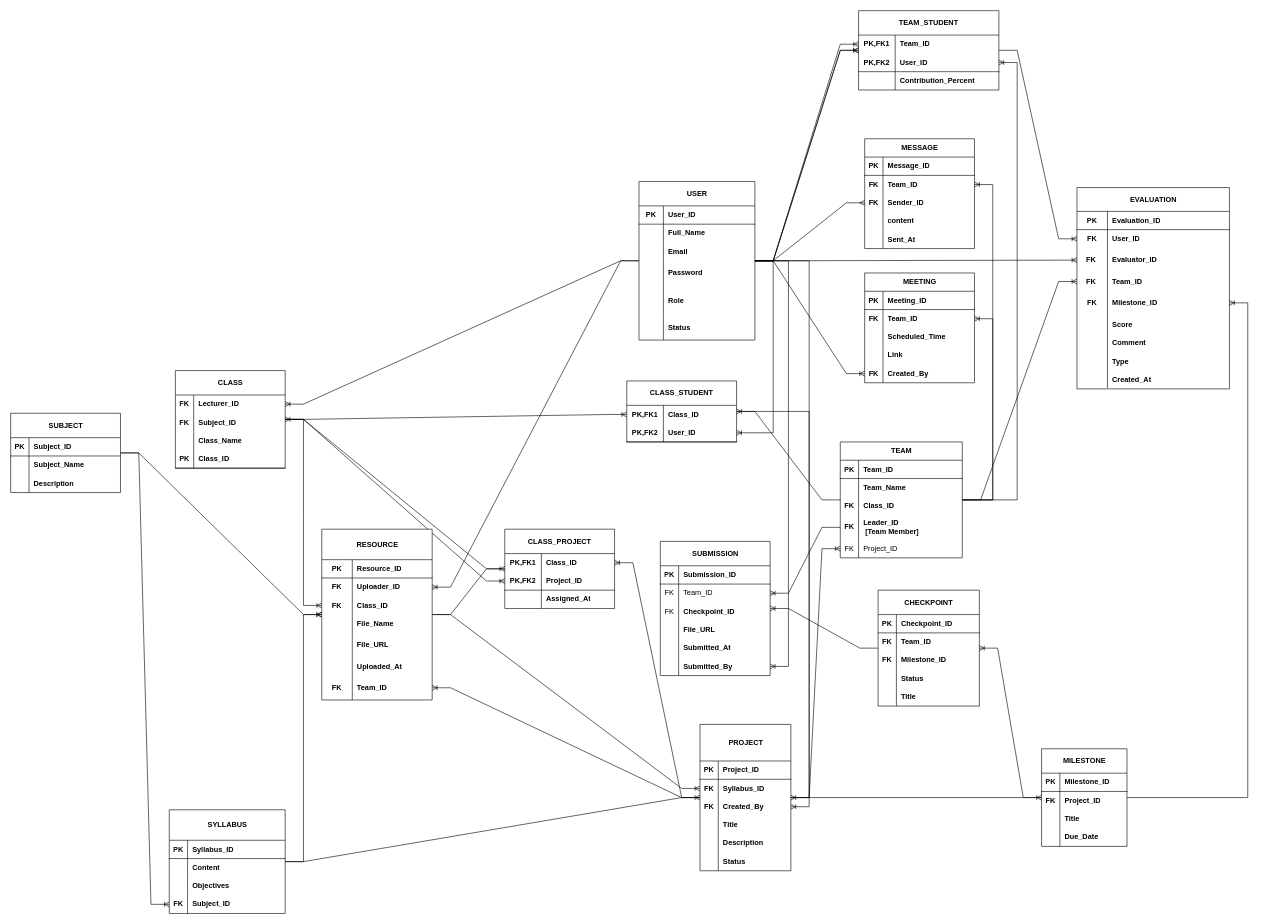
dangtvh/CollabSphere keeps this draw.io diagram as COSRE(EDR).drawio. Above is the earlier version. Source tidied: cells renumbered, new cells numbered last; positions are measured from the earlier drawing's top-left corner, leaving out a move shared by most shapes. Both pictures are drawn from the tidied source at 61%, with x=0, y=0 at pixel (10, 10).
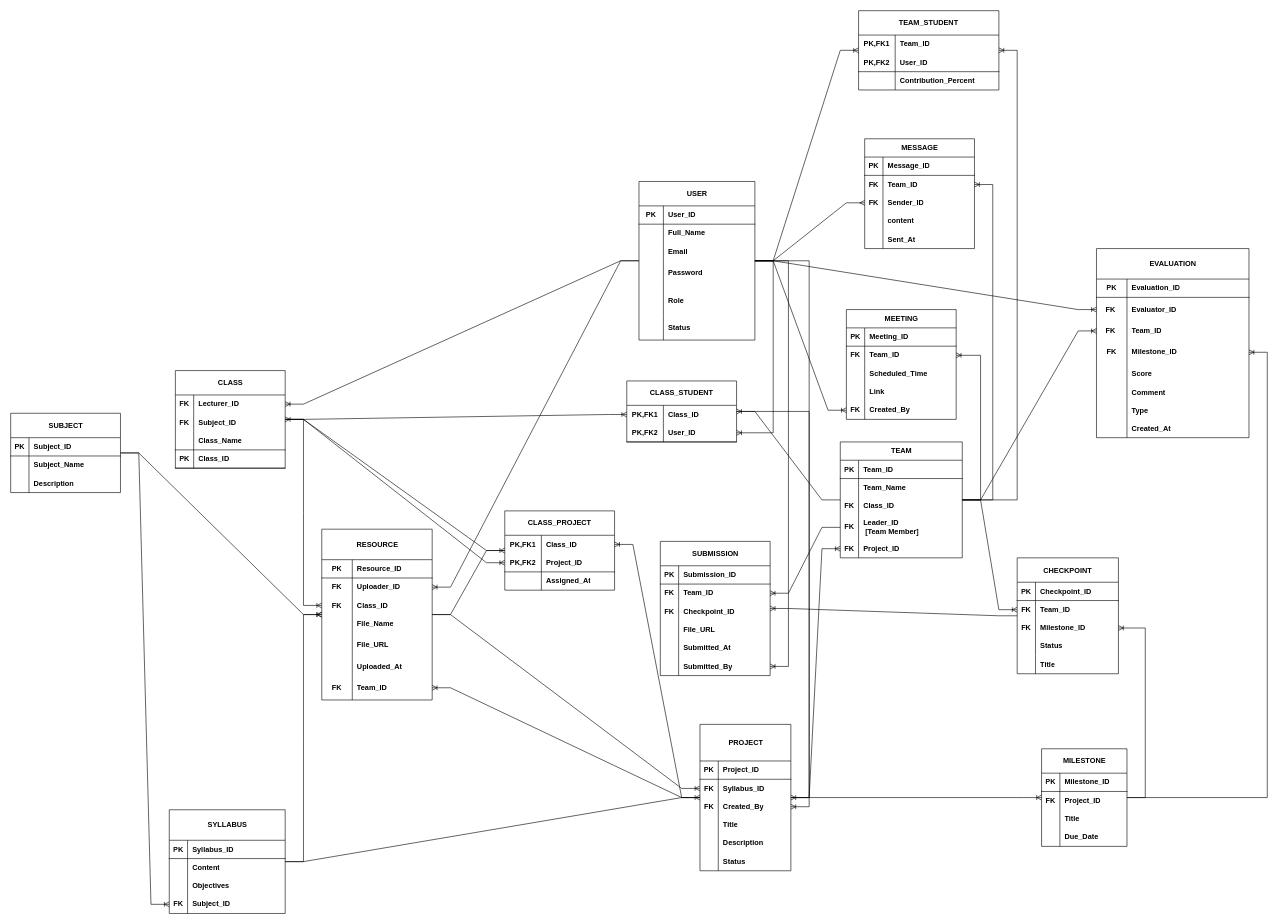
Above is the later version.

The change refers to these unchanged cells:
```xml
<mxCell id="12" value="&lt;span&gt;SUBMISSION&lt;/span&gt;" style="shape=table;startSize=40;childLayout=tableLayout;rowLines=0;align=center;html=1;strokeColor=default;verticalAlign=middle;fillColor=default;fontStyle=1;" parent="1" vertex="1">
  <mxGeometry x="1065" y="870" width="180" height="220" as="geometry" />
</mxCell>
<mxCell id="16" style="shape=tableRow;horizontal=0;startSize=0;swimlaneHead=0;swimlaneBody=0;fillColor=none;points=[[0,0.5],[1,0.5]];portConstraint=eastwest;top=0;left=0;right=0;bottom=0;fontStyle=1;" parent="12" vertex="1">
  <mxGeometry y="70" width="180" height="30" as="geometry" />
</mxCell>
<mxCell id="28" style="shape=tableRow;horizontal=0;startSize=0;swimlaneHead=0;swimlaneBody=0;fillColor=none;points=[[0,0.5],[1,0.5]];portConstraint=eastwest;top=0;left=0;right=0;bottom=0;strokeColor=default;align=center;verticalAlign=middle;fontFamily=Helvetica;fontSize=12;fontColor=default;fontStyle=1;" parent="12" vertex="1">
  <mxGeometry y="190" width="180" height="30" as="geometry" />
</mxCell>
<mxCell id="35" style="shape=tableRow;horizontal=0;startSize=0;swimlaneHead=0;swimlaneBody=0;fillColor=none;points=[[0,0.5],[1,0.5]];portConstraint=eastwest;top=0;left=0;right=0;bottom=0;fontStyle=1;" parent="31" vertex="1">
  <mxGeometry y="70" width="166" height="30" as="geometry" />
</mxCell>
<mxCell id="38" style="shape=tableRow;horizontal=0;startSize=0;swimlaneHead=0;swimlaneBody=0;fillColor=none;points=[[0,0.5],[1,0.5]];portConstraint=eastwest;top=0;left=0;right=0;bottom=0;fontStyle=1;" parent="31" vertex="1">
  <mxGeometry y="100" width="166" height="30" as="geometry" />
</mxCell>
<mxCell id="47" value="&lt;span&gt;CLASS&lt;/span&gt;" style="shape=table;startSize=40;childLayout=tableLayout;rowLines=0;align=center;html=1;strokeColor=default;verticalAlign=middle;fillColor=default;fontStyle=1;" parent="1" vertex="1">
  <mxGeometry x="270" y="590" width="180" height="160" as="geometry" />
</mxCell>
<mxCell id="95" style="shape=tableRow;horizontal=0;startSize=0;swimlaneHead=0;swimlaneBody=0;fillColor=none;points=[[0,0.5],[1,0.5]];portConstraint=eastwest;top=0;left=0;right=0;bottom=0;fontStyle=1;" parent="91" vertex="1">
  <mxGeometry y="60" width="180" height="30" as="geometry" />
</mxCell>
<mxCell id="104" style="shape=tableRow;horizontal=0;startSize=0;swimlaneHead=0;swimlaneBody=0;fillColor=none;points=[[0,0.5],[1,0.5]];portConstraint=eastwest;top=0;left=0;right=0;bottom=0;fontStyle=1;" parent="91" vertex="1">
  <mxGeometry y="150" width="180" height="30" as="geometry" />
</mxCell>
<mxCell id="107" value="USER" style="shape=table;startSize=40;childLayout=tableLayout;rowLines=0;fontStyle=1;align=center;html=1;" parent="1" vertex="1">
  <mxGeometry x="1030" y="280" width="190" height="260" as="geometry" />
</mxCell>
<mxCell id="163" value="&lt;span&gt;MILESTONE&lt;/span&gt;" style="shape=table;startSize=40;childLayout=tableLayout;rowLines=0;align=center;html=1;strokeColor=default;verticalAlign=middle;fillColor=default;fontStyle=1;" parent="1" vertex="1">
  <mxGeometry x="1690" y="1210" width="140" height="160" as="geometry" />
</mxCell>
<mxCell id="179" value="&lt;span&gt;TEAM&lt;/span&gt;" style="shape=table;startSize=30;childLayout=tableLayout;rowLines=0;align=center;html=1;strokeColor=default;verticalAlign=middle;fillColor=default;fontStyle=1;" parent="1" vertex="1">
  <mxGeometry x="1360" y="707" width="200" height="190" as="geometry" />
</mxCell>
<mxCell id="196" value="&lt;span&gt;PROJECT&lt;/span&gt;" style="shape=table;startSize=60;childLayout=tableLayout;rowLines=0;align=center;html=1;strokeColor=default;verticalAlign=middle;fillColor=default;fontStyle=1;" parent="1" vertex="1">
  <mxGeometry x="1130" y="1170" width="149" height="240" as="geometry" />
</mxCell>
<mxCell id="240" value="&lt;span&gt;RESOURCE&lt;/span&gt;" style="shape=table;startSize=50;childLayout=tableLayout;rowLines=0;align=center;html=1;strokeColor=default;verticalAlign=middle;fillColor=default;fontStyle=1;" parent="1" vertex="1">
  <mxGeometry x="510" y="850" width="181" height="280" as="geometry" />
</mxCell>
<mxCell id="264" value="&lt;span style=&quot;text-wrap-mode: nowrap;&quot;&gt;TEAM_STUDENT&lt;/span&gt;" style="shape=table;startSize=40;childLayout=tableLayout;rowLines=0;fontStyle=1;align=center;html=1;whiteSpace=wrap;flipH=1;" parent="1" vertex="1">
  <mxGeometry x="1390" width="230" height="130" as="geometry" />
</mxCell>
<mxCell id="265" style="shape=tableRow;horizontal=0;startSize=0;swimlaneHead=0;swimlaneBody=0;fillColor=none;points=[[0,0.5],[1,0.5]];portConstraint=eastwest;top=0;left=0;right=0;bottom=0;html=1;fontStyle=1;" parent="264" vertex="1">
  <mxGeometry y="40" width="230" height="30" as="geometry" />
</mxCell>
<mxCell id="268" style="shape=tableRow;horizontal=0;startSize=0;swimlaneHead=0;swimlaneBody=0;fillColor=none;points=[[0,0.5],[1,0.5]];portConstraint=eastwest;top=0;left=0;right=0;bottom=1;html=1;fontStyle=1;" parent="264" vertex="1">
  <mxGeometry y="70" width="230" height="30" as="geometry" />
</mxCell>
```

What changed in the source:
```diff
@@
-    <mxCell id="17" value="FK" style="shape=partialRectangle;fillColor=none;top=0;left=0;bottom=0;right=0;fontStyle=0;overflow=hidden;whiteSpace=wrap;html=1;" parent="16" vertex="1">
+    <mxCell id="17" value="FK" style="shape=partialRectangle;fillColor=none;top=0;left=0;bottom=0;right=0;fontStyle=1;overflow=hidden;whiteSpace=wrap;html=1;" parent="16" vertex="1">
       <mxGeometry width="30" height="30" as="geometry" />
     </mxCell>
-    <mxCell id="18" value="Team_ID" style="shape=partialRectangle;fillColor=none;top=0;left=0;bottom=0;right=0;align=left;spacingLeft=6;fontStyle=0;overflow=hidden;whiteSpace=wrap;html=1;" parent="16" vertex="1">
+    <mxCell id="18" value="Team_ID" style="shape=partialRectangle;fillColor=none;top=0;left=0;bottom=0;right=0;align=left;spacingLeft=6;fontStyle=1;overflow=hidden;whiteSpace=wrap;html=1;" parent="16" vertex="1">
       <mxGeometry x="30" width="150" height="30" as="geometry" />
     </mxCell>
-    <mxCell id="19" style="shape=tableRow;horizontal=0;startSize=0;swimlaneHead=0;swimlaneBody=0;fillColor=none;top=0;left=0;right=0;bottom=0;" parent="12" vertex="1">
+    <mxCell id="19" style="shape=tableRow;horizontal=0;startSize=0;swimlaneHead=0;swimlaneBody=0;fillColor=none;top=0;left=0;right=0;bottom=0;fontStyle=1;" parent="12" vertex="1">
       <mxGeometry y="100" width="180" height="30" as="geometry" />
     </mxCell>
-    <mxCell id="20" value="FK" style="shape=partialRectangle;fillColor=none;top=0;left=0;bottom=0;right=0;fontStyle=0;overflow=hidden;whiteSpace=wrap;html=1;" parent="19" vertex="1">
+    <mxCell id="20" value="FK" style="shape=partialRectangle;fillColor=none;top=0;left=0;bottom=0;right=0;fontStyle=1;overflow=hidden;whiteSpace=wrap;html=1;" parent="19" vertex="1">
       <mxGeometry width="30" height="30" as="geometry" />
     </mxCell>
-    <mxCell id="21" value="&lt;span style=&quot;font-weight: 700;&quot;&gt;Checkpoint_ID&lt;/span&gt;" style="shape=partialRectangle;fillColor=none;top=0;left=0;bottom=0;right=0;align=left;spacingLeft=6;fontStyle=0;overflow=hidden;whiteSpace=wrap;html=1;" parent="19" vertex="1">
+    <mxCell id="21" value="&lt;span style=&quot;&quot;&gt;Checkpoint_ID&lt;/span&gt;" style="shape=partialRectangle;fillColor=none;top=0;left=0;bottom=0;right=0;align=left;spacingLeft=6;fontStyle=1;overflow=hidden;whiteSpace=wrap;html=1;" parent="19" vertex="1">
       <mxGeometry x="30" width="150" height="30" as="geometry" />
     </mxCell>
@@
     <mxCell id="31" value="CHECKPOINT" style="shape=table;startSize=40;childLayout=tableLayout;rowLines=0;align=center;strokeColor=default;verticalAlign=middle;fillColor=default;fontStyle=1;" parent="1" vertex="1">
-      <mxGeometry x="1422" y="950" width="166" height="190" as="geometry" />
+      <mxGeometry x="1650" y="897" width="166" height="190" as="geometry" />
     </mxCell>
@@
-    <mxCell id="54" style="shape=tableRow;horizontal=0;startSize=0;swimlaneHead=0;swimlaneBody=0;fillColor=none;top=0;left=0;right=0;bottom=0;strokeColor=default;align=center;verticalAlign=middle;fontFamily=Helvetica;fontSize=12;fontColor=default;fontStyle=1;" parent="47" vertex="1">
-      <mxGeometry y="100" width="180" height="30" as="geometry" />
-    </mxCell>
-    <mxCell id="55" style="shape=partialRectangle;fillColor=none;top=0;left=0;bottom=0;right=0;overflow=hidden;whiteSpace=wrap;html=1;strokeColor=default;align=center;verticalAlign=middle;fontFamily=Helvetica;fontSize=12;fontColor=default;fontStyle=1;" parent="54" vertex="1">
-      <mxGeometry width="30" height="30" as="geometry" />
-    </mxCell>
+    <mxCell id="286" style="shape=tableRow;horizontal=0;startSize=0;swimlaneHead=0;swimlaneBody=0;fillColor=none;top=0;left=0;right=0;bottom=1;fontStyle=1;" parent="47" vertex="1">
+      <mxGeometry y="100" width="180" height="30" as="geometry" />
+    </mxCell>
+    <mxCell id="287" style="shape=partialRectangle;fillColor=none;top=0;left=0;bottom=0;right=0;fontStyle=1;overflow=hidden;whiteSpace=wrap;html=1;" parent="286" vertex="1">
+      <mxGeometry width="30" height="30" as="geometry" />
+    </mxCell>
-    <mxCell id="56" value="Class_Name" style="shape=partialRectangle;fillColor=none;top=0;left=0;bottom=0;right=0;align=left;spacingLeft=6;overflow=hidden;whiteSpace=wrap;html=1;strokeColor=default;verticalAlign=middle;fontFamily=Helvetica;fontSize=12;fontColor=default;fontStyle=1;" parent="54" vertex="1">
+    <mxCell id="56" value="Class_Name" style="shape=partialRectangle;fillColor=none;top=0;left=0;bottom=0;right=0;align=left;spacingLeft=6;fontStyle=1;overflow=hidden;whiteSpace=wrap;html=1;" parent="286" vertex="1">
       <mxGeometry x="30" width="150" height="30" as="geometry" />
     </mxCell>
@@
     <mxCell id="91" value="MEETING" style="shape=table;startSize=30;childLayout=tableLayout;rowLines=0;fontStyle=1;align=center;html=1;strokeColor=default;verticalAlign=middle;fontFamily=Helvetica;fontSize=12;fontColor=default;fillColor=default;" parent="1" vertex="1">
-      <mxGeometry x="1400" y="430" width="180" height="180" as="geometry" />
+      <mxGeometry x="1370" y="490" width="180" height="180" as="geometry" />
     </mxCell>
@@
-    <mxCell id="130" value="EVALUATION" style="shape=table;startSize=39;childLayout=tableLayout;rowLines=0;fontStyle=1;align=center;html=1;" parent="1" vertex="1">
-      <mxGeometry x="1748" y="290" width="250" height="330" as="geometry" />
+    <mxCell id="130" value="EVALUATION" style="shape=table;startSize=50;childLayout=tableLayout;rowLines=0;fontStyle=1;align=center;html=1;" parent="1" vertex="1">
+      <mxGeometry x="1780" y="390" width="250" height="310" as="geometry" />
     </mxCell>
     <mxCell id="131" style="shape=tableRow;horizontal=0;startSize=0;swimlaneHead=0;swimlaneBody=0;fillColor=none;top=0;left=0;right=0;bottom=1;fontStyle=1;" parent="130" vertex="1">
-      <mxGeometry y="39" width="250" height="30" as="geometry" />
+      <mxGeometry y="50" width="250" height="30" as="geometry" />
     </mxCell>
@@
-    <mxCell id="134" style="shape=tableRow;horizontal=0;startSize=0;swimlaneHead=0;swimlaneBody=0;fillColor=none;points=[[0,0.5],[1,0.5]];portConstraint=eastwest;top=0;left=0;right=0;bottom=0;fontStyle=1;" parent="130" vertex="1">
-      <mxGeometry y="69" width="250" height="30" as="geometry" />
-    </mxCell>
-    <mxCell id="135" value="FK" style="shape=partialRectangle;fillColor=none;top=0;left=0;bottom=0;right=0;fontStyle=1;overflow=hidden;whiteSpace=wrap;html=1;align=center;" parent="134" vertex="1">
-      <mxGeometry width="50" height="30" as="geometry" />
-    </mxCell>
-    <mxCell id="136" value="User_ID" style="shape=partialRectangle;fillColor=none;top=0;left=0;bottom=0;right=0;align=left;spacingLeft=6;fontStyle=1;overflow=hidden;whiteSpace=wrap;html=1;" parent="134" vertex="1">
-      <mxGeometry x="50" width="200" height="30" as="geometry" />
-    </mxCell>
     <mxCell id="137" style="shape=tableRow;horizontal=0;startSize=0;swimlaneHead=0;swimlaneBody=0;fillColor=none;points=[[0,0.5],[1,0.5]];portConstraint=eastwest;top=0;left=0;right=0;bottom=0;fontStyle=1;" parent="130" vertex="1">
-      <mxGeometry y="99" width="250" height="40" as="geometry" />
+      <mxGeometry y="80" width="250" height="40" as="geometry" />
     </mxCell>
@@
     <mxCell id="140" style="shape=tableRow;horizontal=0;startSize=0;swimlaneHead=0;swimlaneBody=0;fillColor=none;points=[[0,0.5],[1,0.5]];portConstraint=eastwest;top=0;left=0;right=0;bottom=0;fontStyle=1;" parent="130" vertex="1">
-      <mxGeometry y="139" width="250" height="30" as="geometry" />
+      <mxGeometry y="120" width="250" height="30" as="geometry" />
     </mxCell>
@@
     <mxCell id="143" style="shape=tableRow;horizontal=0;startSize=0;swimlaneHead=0;swimlaneBody=0;fillColor=none;points=[[0,0.5],[1,0.5]];portConstraint=eastwest;top=0;left=0;right=0;bottom=0;fontStyle=1;" parent="130" vertex="1">
-      <mxGeometry y="169" width="250" height="40" as="geometry" />
+      <mxGeometry y="150" width="250" height="40" as="geometry" />
     </mxCell>
@@
     <mxCell id="146" style="shape=tableRow;horizontal=0;startSize=0;swimlaneHead=0;swimlaneBody=0;fillColor=none;top=0;left=0;right=0;bottom=0;fontStyle=1;" parent="130" vertex="1">
-      <mxGeometry y="209" width="250" height="30" as="geometry" />
+      <mxGeometry y="190" width="250" height="30" as="geometry" />
     </mxCell>
@@
     <mxCell id="149" style="shape=tableRow;horizontal=0;startSize=0;swimlaneHead=0;swimlaneBody=0;fillColor=none;top=0;left=0;right=0;bottom=0;fontStyle=1;" parent="130" vertex="1">
-      <mxGeometry y="239" width="250" height="30" as="geometry" />
+      <mxGeometry y="220" width="250" height="30" as="geometry" />
     </mxCell>
@@
     <mxCell id="152" style="shape=tableRow;horizontal=0;startSize=0;swimlaneHead=0;swimlaneBody=0;fillColor=none;top=0;left=0;right=0;bottom=0;fontStyle=1;" parent="130" vertex="1">
-      <mxGeometry y="269" width="250" height="30" as="geometry" />
+      <mxGeometry y="250" width="250" height="30" as="geometry" />
     </mxCell>
@@
     <mxCell id="155" style="shape=tableRow;horizontal=0;startSize=0;swimlaneHead=0;swimlaneBody=0;fillColor=none;top=0;left=0;right=0;bottom=0;fontStyle=1;" parent="130" vertex="1">
-      <mxGeometry y="299" width="250" height="30" as="geometry" />
+      <mxGeometry y="280" width="250" height="30" as="geometry" />
     </mxCell>
@@
-    <mxCell id="159" style="edgeStyle=entityRelationEdgeStyle;fontSize=12;html=1;endArrow=ERoneToMany;rounded=0;fontStyle=1;" parent="1" edge="1" source="264" target="134">
-      <mxGeometry relative="1" as="geometry" />
-    </mxCell>
@@
-    <mxCell id="192" style="shape=tableRow;horizontal=0;startSize=0;swimlaneHead=0;swimlaneBody=0;fillColor=none;points=[[0,0.5],[1,0.5]];portConstraint=eastwest;top=0;left=0;right=0;bottom=0;" parent="179" vertex="1">
+    <mxCell id="192" style="shape=tableRow;horizontal=0;startSize=0;swimlaneHead=0;swimlaneBody=0;fillColor=none;points=[[0,0.5],[1,0.5]];portConstraint=eastwest;top=0;left=0;right=0;bottom=0;fontStyle=1;" parent="179" vertex="1">
       <mxGeometry y="160" width="200" height="30" as="geometry" />
     </mxCell>
-    <mxCell id="193" value="FK" style="shape=partialRectangle;fillColor=none;top=0;left=0;bottom=0;right=0;fontStyle=0;overflow=hidden;whiteSpace=wrap;html=1;" parent="192" vertex="1">
+    <mxCell id="193" value="FK" style="shape=partialRectangle;fillColor=none;top=0;left=0;bottom=0;right=0;fontStyle=1;overflow=hidden;whiteSpace=wrap;html=1;" parent="192" vertex="1">
       <mxGeometry width="30" height="30" as="geometry" />
     </mxCell>
-    <mxCell id="194" value="Project_ID" style="shape=partialRectangle;fillColor=none;top=0;left=0;bottom=0;right=0;align=left;spacingLeft=6;fontStyle=0;overflow=hidden;whiteSpace=wrap;html=1;" parent="192" vertex="1">
+    <mxCell id="194" value="Project_ID" style="shape=partialRectangle;fillColor=none;top=0;left=0;bottom=0;right=0;align=left;spacingLeft=6;fontStyle=1;overflow=hidden;whiteSpace=wrap;html=1;" parent="192" vertex="1">
       <mxGeometry x="30" width="170" height="30" as="geometry" />
     </mxCell>
@@
-    <mxCell id="215" style="edgeStyle=entityRelationEdgeStyle;fontSize=12;html=1;endArrow=ERoneToMany;rounded=0;fontStyle=1;" parent="1" edge="1" source="179" target="268">
+    <mxCell id="215" style="edgeStyle=entityRelationEdgeStyle;fontSize=12;html=1;endArrow=ERoneToMany;rounded=0;fontStyle=1;" parent="1" edge="1" source="179" target="264">
       <mxGeometry relative="1" as="geometry" />
     </mxCell>
-    <mxCell id="216" style="edgeStyle=entityRelationEdgeStyle;fontSize=12;html=1;endArrow=ERoneToMany;rounded=0;fontStyle=1;" parent="1" edge="1" source="107" target="265">
-      <mxGeometry relative="1" as="geometry" />
-    </mxCell>
@@
     <mxCell id="220" value="&lt;span style=&quot;text-wrap-mode: nowrap;&quot;&gt;CLASS_PROJECT&lt;/span&gt;" style="shape=table;startSize=40;childLayout=tableLayout;rowLines=0;fontStyle=1;align=center;html=1;whiteSpace=wrap;" parent="1" vertex="1">
-      <mxGeometry x="810" y="850" width="180" height="130" as="geometry" />
+      <mxGeometry x="810" y="820" width="180" height="130" as="geometry" />
     </mxCell>
@@
-    <mxCell id="244" style="shape=tableRow;horizontal=0;startSize=0;swimlaneHead=0;swimlaneBody=0;fillColor=none;points=[[0,0.5],[1,0.5]];portConstraint=eastwest;top=0;left=0;right=0;bottom=0;fontStyle=0;fontColor=#FF2229;" parent="240" vertex="1">
+    <mxCell id="244" style="shape=tableRow;horizontal=0;startSize=0;swimlaneHead=0;swimlaneBody=0;fillColor=none;points=[[0,0.5],[1,0.5]];portConstraint=eastwest;top=0;left=0;right=0;bottom=0;fontStyle=1;fontColor=#FF2229;" parent="240" vertex="1">
       <mxGeometry y="80" width="181" height="30" as="geometry" />
     </mxCell>
-    <mxCell id="245" value="&lt;b&gt;FK&lt;/b&gt;" style="shape=partialRectangle;fillColor=none;top=0;left=0;bottom=0;right=0;fontStyle=0;overflow=hidden;whiteSpace=wrap;html=1;" parent="244" vertex="1">
+    <mxCell id="245" value="&lt;span&gt;FK&lt;/span&gt;" style="shape=partialRectangle;fillColor=none;top=0;left=0;bottom=0;right=0;fontStyle=1;overflow=hidden;whiteSpace=wrap;html=1;" parent="244" vertex="1">
       <mxGeometry width="50" height="30" as="geometry" />
     </mxCell>
-    <mxCell id="246" value="&lt;b&gt;Uploader_ID&lt;/b&gt;" style="shape=partialRectangle;fillColor=none;top=0;left=0;bottom=0;right=0;align=left;spacingLeft=6;fontStyle=0;overflow=hidden;whiteSpace=wrap;html=1;" parent="244" vertex="1">
+    <mxCell id="246" value="&lt;span&gt;Uploader_ID&lt;/span&gt;" style="shape=partialRectangle;fillColor=none;top=0;left=0;bottom=0;right=0;align=left;spacingLeft=6;fontStyle=1;overflow=hidden;whiteSpace=wrap;html=1;" parent="244" vertex="1">
       <mxGeometry x="50" width="131" height="30" as="geometry" />
     </mxCell>
@@
-    <mxCell id="262" style="edgeStyle=entityRelationEdgeStyle;fontSize=12;html=1;endArrow=ERoneToMany;rounded=0;fontStyle=1;" parent="1" edge="1" source="107" target="264">
-      <mxGeometry relative="1" as="geometry" />
-    </mxCell>
@@
-    <mxCell id="274" style="edgeStyle=entityRelationEdgeStyle;fontSize=12;html=1;endArrow=ERoneToMany;rounded=0;fontStyle=1;" parent="1" edge="1" source="163" target="31">
+    <mxCell id="274" style="edgeStyle=entityRelationEdgeStyle;fontSize=12;html=1;endArrow=ERoneToMany;rounded=0;fontStyle=1;" parent="1" edge="1" source="163" target="38">
       <mxGeometry relative="1" as="geometry" />
     </mxCell>
@@
-    <mxCell id="280" style="edgeStyle=entityRelationEdgeStyle;fontSize=12;html=1;endArrow=ERoneToMany;rounded=0;" parent="1" edge="1" source="107" target="104">
+    <mxCell id="280" style="edgeStyle=entityRelationEdgeStyle;fontSize=12;html=1;endArrow=ERoneToMany;rounded=0;fontStyle=1;" parent="1" edge="1" source="107" target="104">
       <mxGeometry relative="1" as="geometry" />
     </mxCell>
-    <mxCell id="281" style="edgeStyle=entityRelationEdgeStyle;fontSize=12;html=1;endArrow=ERoneToMany;rounded=0;" parent="1" edge="1" source="179" target="95">
+    <mxCell id="281" style="edgeStyle=entityRelationEdgeStyle;fontSize=12;html=1;endArrow=ERoneToMany;rounded=0;fontStyle=1;" parent="1" edge="1" source="179" target="95">
       <mxGeometry relative="1" as="geometry" />
     </mxCell>
-    <mxCell id="282" style="edgeStyle=entityRelationEdgeStyle;fontSize=12;html=1;endArrow=ERoneToMany;rounded=0;" parent="1" edge="1" source="107" target="28">
+    <mxCell id="282" style="edgeStyle=entityRelationEdgeStyle;fontSize=12;html=1;endArrow=ERoneToMany;rounded=0;fontStyle=1;" parent="1" edge="1" source="107" target="28">
       <mxGeometry relative="1" as="geometry" />
     </mxCell>
-    <mxCell id="283" style="edgeStyle=entityRelationEdgeStyle;fontSize=12;html=1;endArrow=ERoneToMany;rounded=0;" parent="1" edge="1" source="107" target="244">
+    <mxCell id="283" style="edgeStyle=entityRelationEdgeStyle;fontSize=12;html=1;endArrow=ERoneToMany;rounded=0;fontStyle=1;" parent="1" edge="1" source="107" target="244">
       <mxGeometry relative="1" as="geometry" />
     </mxCell>
-    <mxCell id="284" style="edgeStyle=entityRelationEdgeStyle;fontSize=12;html=1;endArrow=ERoneToMany;rounded=0;" parent="1" edge="1" source="107" target="137">
+    <mxCell id="284" style="edgeStyle=entityRelationEdgeStyle;fontSize=12;html=1;endArrow=ERoneToMany;rounded=0;fontStyle=1;" parent="1" edge="1" source="107" target="137">
       <mxGeometry relative="1" as="geometry" />
     </mxCell>
-    <mxCell id="285" style="edgeStyle=entityRelationEdgeStyle;fontSize=12;html=1;endArrow=ERoneToMany;rounded=0;" parent="1" edge="1" source="196" target="192">
+    <mxCell id="285" style="edgeStyle=entityRelationEdgeStyle;fontSize=12;html=1;endArrow=ERoneToMany;rounded=0;fontStyle=1;" parent="1" edge="1" source="196" target="192">
       <mxGeometry relative="1" as="geometry" />
     </mxCell>
+    <mxCell id="288" style="edgeStyle=entityRelationEdgeStyle;fontSize=12;html=1;endArrow=ERoneToMany;rounded=0;" parent="1" edge="1" source="179" target="35">
+      <mxGeometry relative="1" as="geometry" />
+    </mxCell>
```
